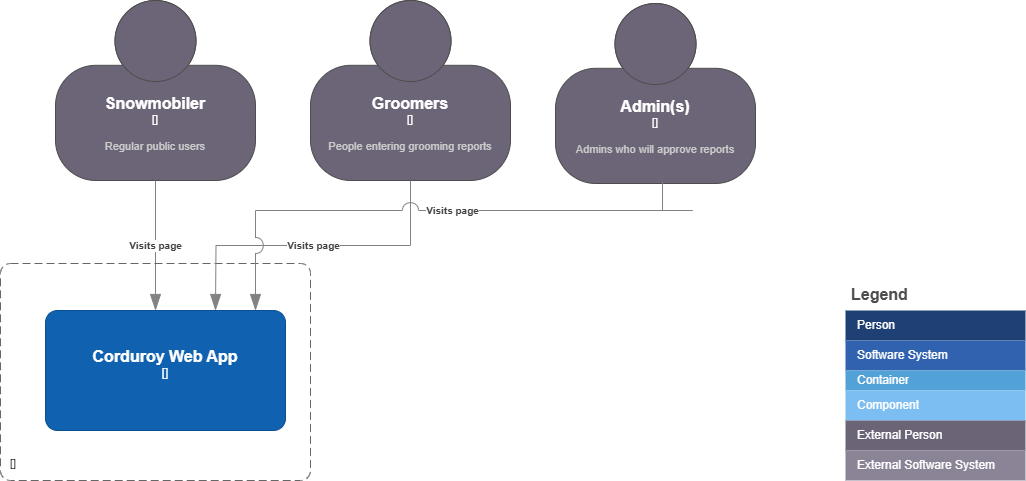
Before: docs/C4/Context-C4.png, a diagram exported from draw.io (bartelsjoshuac/Corduroy). Source tidied: cells renumbered, new cells last; positions are measured from the earlier drawing's top-left corner, leaving out a move shared by most shapes.
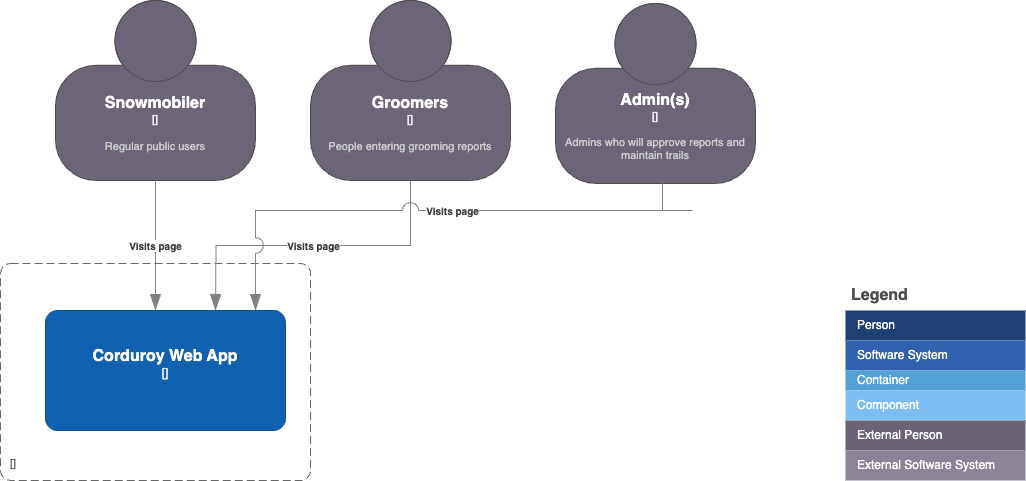
After the commit.

What changed in the source:
```diff
@@ -63,7 +63,7 @@
         <mxGeometry x="310" width="200" height="180" as="geometry" />
       </mxCell>
     </object>
-    <object id="19" label="&lt;font style=&quot;font-size: 16px&quot;&gt;&lt;b&gt;%c4Name%&lt;/b&gt;&lt;/font&gt;&lt;div&gt;[%c4Type%]&lt;/div&gt;&lt;br&gt;&lt;div&gt;&lt;font style=&quot;font-size: 11px&quot;&gt;&lt;font color=&quot;#cccccc&quot;&gt;%c4Description%&lt;/font&gt;&lt;/div&gt;" c4Description="Admins who will approve reports" c4Name="Admin(s)" c4Type="" placeholders="1">
+    <object id="19" label="&lt;font style=&quot;font-size: 16px&quot;&gt;&lt;b&gt;%c4Name%&lt;/b&gt;&lt;/font&gt;&lt;div&gt;[%c4Type%]&lt;/div&gt;&lt;br&gt;&lt;div&gt;&lt;font style=&quot;font-size: 11px&quot;&gt;&lt;font color=&quot;#cccccc&quot;&gt;%c4Description%&lt;/font&gt;&lt;/div&gt;" c4Description="Admins who will approve reports and maintain trails" c4Name="Admin(s)" c4Type="" placeholders="1">
       <mxCell style="html=1;fontSize=11;dashed=0;whiteSpace=wrap;fillColor=#6C6477;strokeColor=#4D4D4D;fontColor=#ffffff;shape=mxgraph.c4.person2;align=center;points=[[0.5,0,0],[1,0.5,0],[1,0.75,0],[0.75,1,0],[0.5,1,0],[0.25,1,0],[0,0.75,0],[0,0.5,0]];" parent="1" vertex="1">
         <mxGeometry x="555" y="3" width="200" height="180" as="geometry" />
       </mxCell>
```
